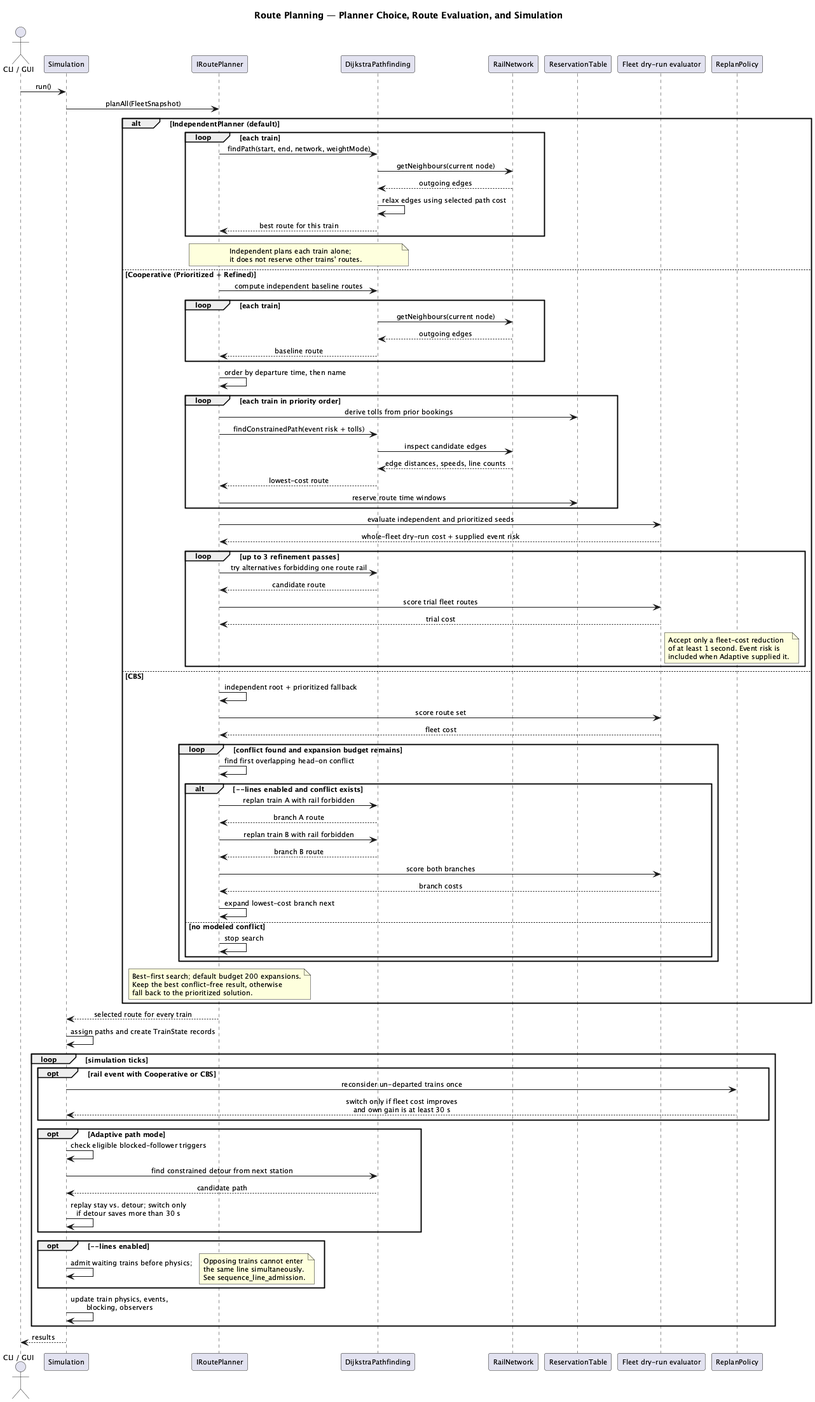
abaiao-r/Module_05_Train_yourself keeps this PlantUML diagram as docs/diagrams/sequence_fleet_planning.png. Above is the earlier version.
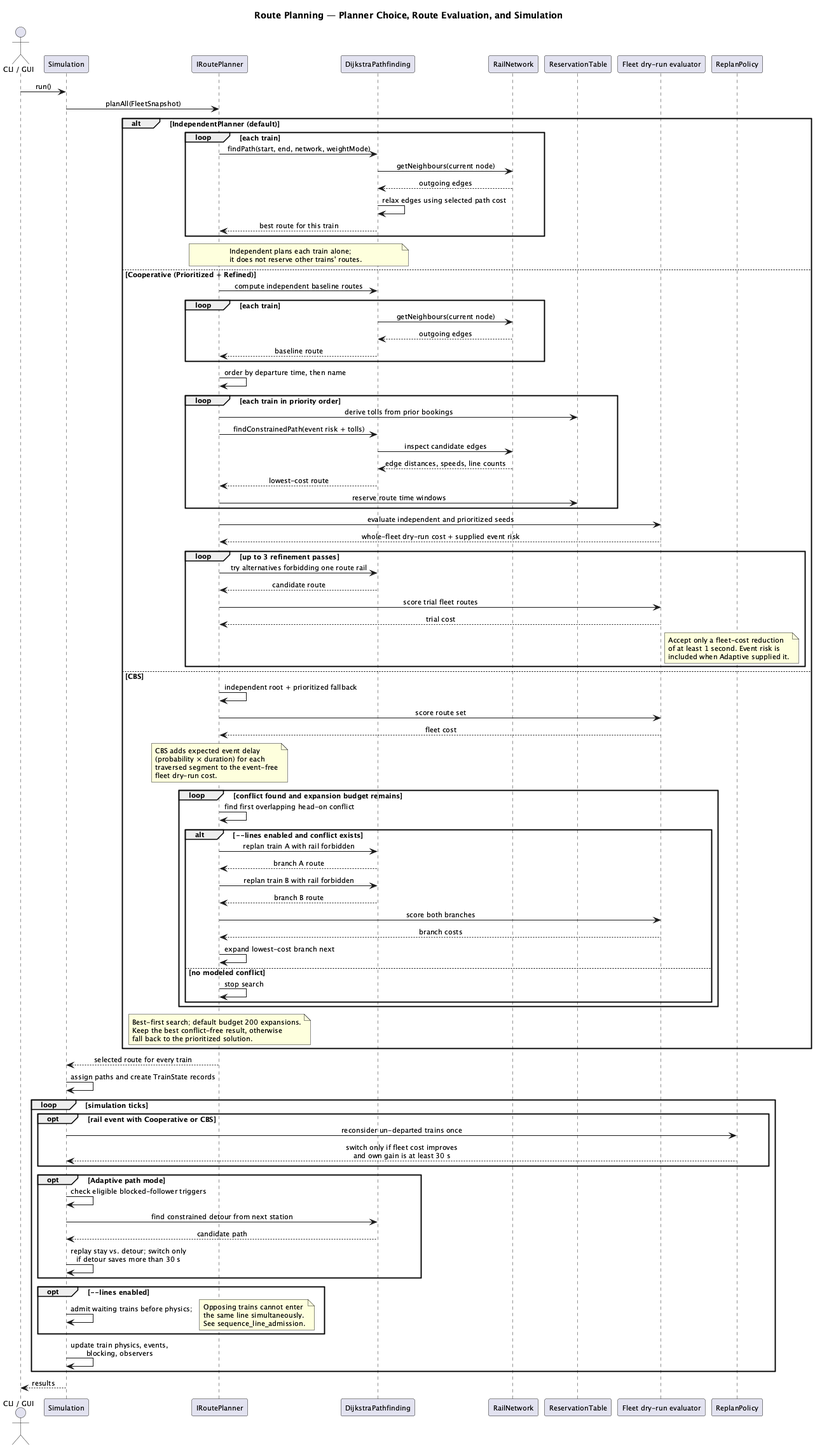
After the change.

Commit message:
Include expected event delay in CBS cost (#182)

What changed in the source:
```diff
@@ -63,6 +63,12 @@
     Planner -> Planner : independent root + prioritized fallback
     Planner -> Evaluator : score route set
     Evaluator --> Planner : fleet cost
+    note over Planner
+      CBS adds expected event delay
+      (probability × duration) for each
+      traversed segment to the event-free
+      fleet dry-run cost.
+    end note
     loop conflict found and expansion budget remains
         Planner -> Planner : find first overlapping head-on conflict
         alt --lines enabled and conflict exists
```
